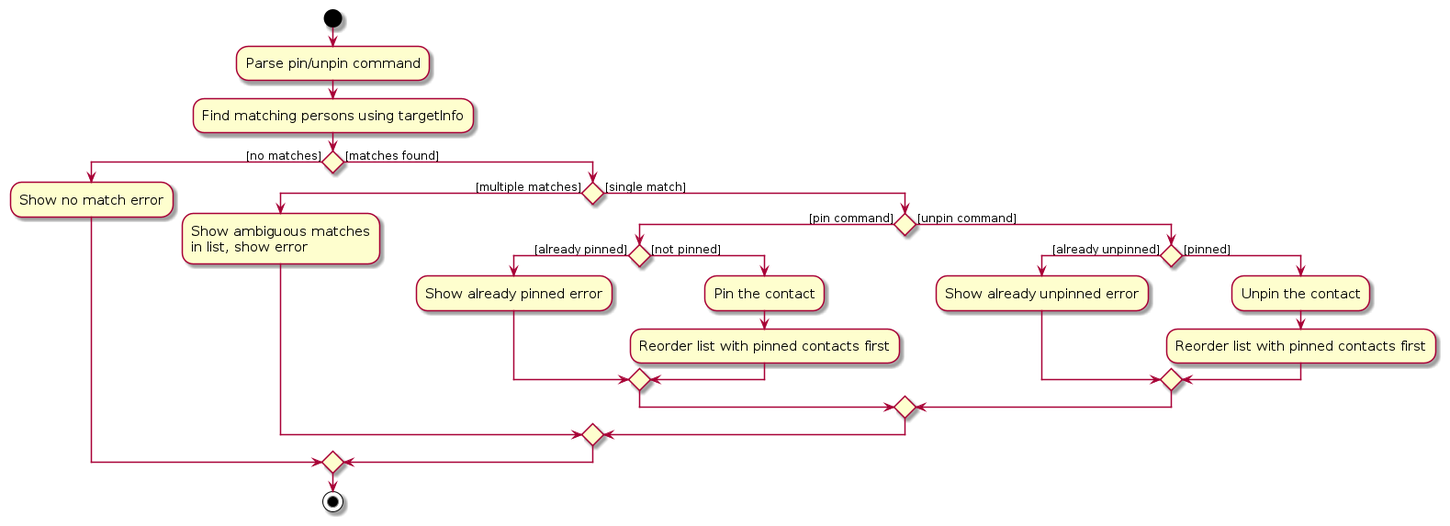
Before: diagrams/PinActivityDiagram.png, a diagram exported from PlantUML (AY2526S2-CS2103-F08-4/tp). Its source is kept beside it as diagrams/PinActivityDiagram.puml.
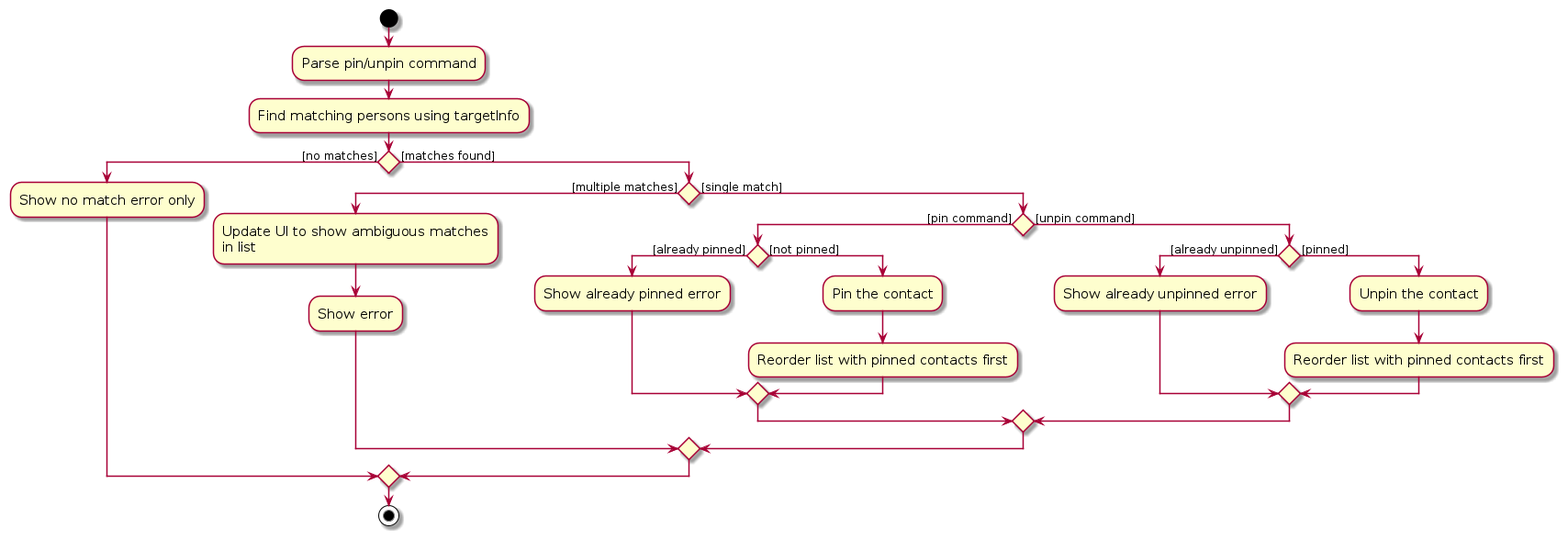
After the commit.

Diff of the diagram source:
```diff
@@ -8,10 +8,11 @@
 :Find matching persons using targetInfo;
 
 if () then ([no matches])
-  :Show no match error;
+  :Show no match error only;
 else ([matches found])
   if () then ([multiple matches])
-    :Show ambiguous matches\nin list, show error;
+    :Update UI to show ambiguous matches\nin list;
+    :Show error;
   else ([single match])
     if () then ([pin command])
       if () then ([already pinned])
```
